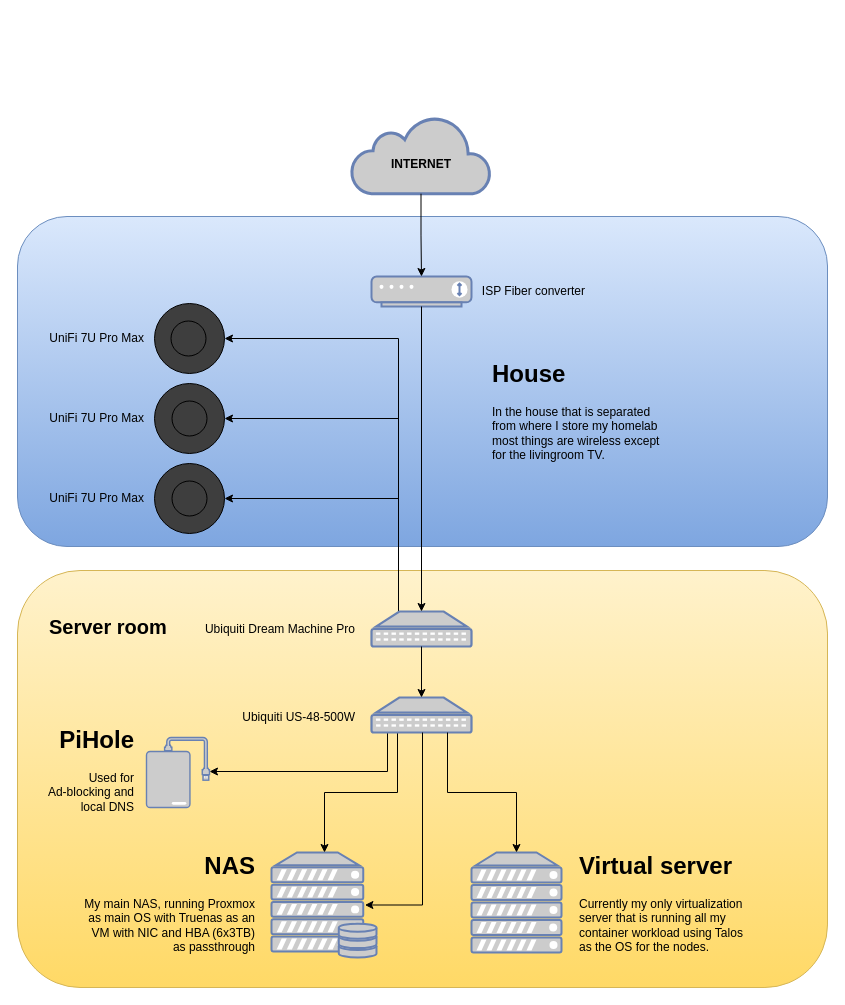
Before: assets/network-2025.drawio in wollbro/homelab, a draw.io diagram. Source tidied: cells renumbered, new cells numbered last; positions are measured from the earlier drawing's top-left corner, leaving out a move shared by most shapes. Both pictures are drawn from the tidied source at 100%, with x=0, y=0 at pixel (17, 116).
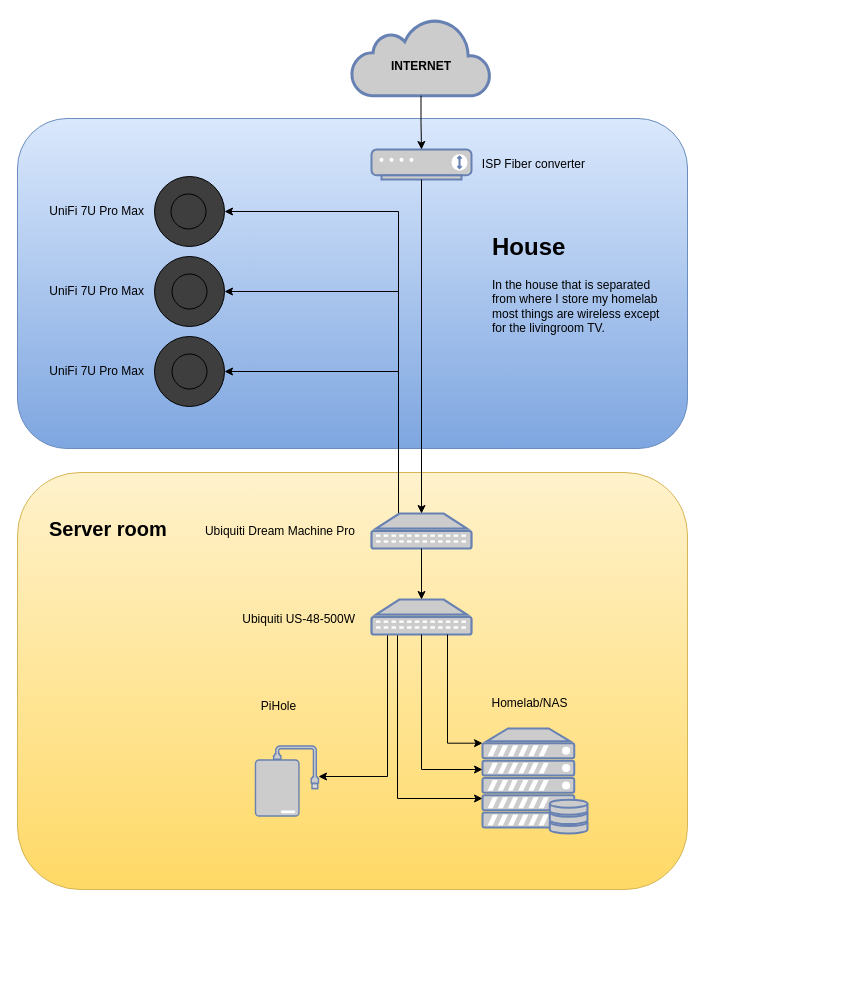
The same diagram, later.

Diff of the diagram source:
```diff
@@
     <mxCell id="2" style="rounded=1;whiteSpace=wrap;html=1;fillColor=#dae8fc;gradientColor=#7ea6e0;strokeColor=#6c8ebf;" parent="1" vertex="1">
-      <mxGeometry y="100" width="810" height="330" as="geometry" />
+      <mxGeometry y="2" width="670" height="330" as="geometry" />
     </mxCell>
     <mxCell id="3" style="rounded=1;whiteSpace=wrap;html=1;fillColor=#fff2cc;gradientColor=#ffd966;strokeColor=#d6b656;" parent="1" vertex="1">
-      <mxGeometry y="454" width="810" height="417" as="geometry" />
+      <mxGeometry y="356" width="670" height="417" as="geometry" />
     </mxCell>
-    <mxCell id="4" style="fontColor=#0066CC;verticalAlign=top;verticalLabelPosition=bottom;labelPosition=center;align=center;html=1;outlineConnect=0;fillColor=#CCCCCC;strokeColor=#6881B3;gradientColor=none;gradientDirection=north;strokeWidth=2;shape=mxgraph.networks.server;" parent="1" vertex="1">
-      <mxGeometry x="454" y="736" width="90" height="100" as="geometry" />
-    </mxCell>
     <mxCell id="5" style="fontColor=#0066CC;verticalAlign=top;verticalLabelPosition=bottom;labelPosition=center;align=center;html=1;outlineConnect=0;fillColor=#CCCCCC;strokeColor=#6881B3;gradientColor=none;gradientDirection=north;strokeWidth=2;shape=mxgraph.networks.server_storage;" parent="1" vertex="1">
-      <mxGeometry x="254" y="736" width="105" height="105" as="geometry" />
+      <mxGeometry x="465" y="612" width="105" height="105" as="geometry" />
     </mxCell>
     <mxCell id="6" style="edgeStyle=orthogonalEdgeStyle;rounded=0;jettySize=auto;html=1;exitX=0.5;exitY=1;exitDx=0;exitDy=0;exitPerimeter=0;" parent="1" edge="1" source="8" target="5">
       <mxGeometry relative="1" as="geometry">
         <Array as="points">
-          <mxPoint x="380" y="616" />
-          <mxPoint x="380" y="676" />
-          <mxPoint x="307" y="676" />
+          <mxPoint x="380" y="518" />
+          <mxPoint x="380" y="682" />
         </Array>
       </mxGeometry>
     </mxCell>
     <mxCell id="7" style="edgeStyle=orthogonalEdgeStyle;rounded=0;jettySize=auto;html=1;exitX=0.02;exitY=0.98;exitDx=0;exitDy=0;exitPerimeter=0;" parent="1" edge="1" source="8" target="20">
       <mxGeometry relative="1" as="geometry">
         <Array as="points">
-          <mxPoint x="370" y="615" />
-          <mxPoint x="370" y="655" />
+          <mxPoint x="370" y="517" />
+          <mxPoint x="370" y="660" />
         </Array>
       </mxGeometry>
     </mxCell>
     <mxCell id="8" style="fontColor=#0066CC;verticalAlign=top;verticalLabelPosition=bottom;labelPosition=center;align=center;html=1;outlineConnect=0;fillColor=#CCCCCC;strokeColor=#6881B3;gradientColor=none;gradientDirection=north;strokeWidth=2;shape=mxgraph.networks.patch_panel;" parent="1" vertex="1">
-      <mxGeometry x="354" y="581" width="100" height="35" as="geometry" />
+      <mxGeometry x="354" y="483" width="100" height="35" as="geometry" />
     </mxCell>
-    <mxCell id="9" style="edgeStyle=orthogonalEdgeStyle;rounded=0;jettySize=auto;html=1;entryX=0.5;entryY=0;entryDx=0;entryDy=0;entryPerimeter=0;" parent="1" edge="1" source="8" target="4">
-      <mxGeometry relative="1" as="geometry">
-        <Array as="points">
-          <mxPoint x="430" y="676" />
-          <mxPoint x="499" y="676" />
-        </Array>
-      </mxGeometry>
-    </mxCell>
     <mxCell id="10" value="Ubiquiti US-48-500W" style="text;html=1;align=right;verticalAlign=middle;whiteSpace=wrap;rounded=0;" parent="1" vertex="1">
-      <mxGeometry x="220" y="586" width="120" height="30" as="geometry" />
+      <mxGeometry x="220" y="488" width="120" height="30" as="geometry" />
     </mxCell>
-    <mxCell id="11" value="&lt;h1 style=&quot;margin-top: 0px;&quot;&gt;NAS&lt;/h1&gt;&lt;p&gt;My main NAS, running Proxmox as main OS with Truenas as an VM with NIC and HBA (6x3TB) as passthrough&lt;/p&gt;" style="text;html=1;whiteSpace=wrap;overflow=hidden;rounded=0;align=right;" parent="1" vertex="1">
-      <mxGeometry x="60" y="728.5" width="180" height="120" as="geometry" />
+    <mxCell id="11" value="&lt;h1 style=&quot;margin-top: 0px;&quot;&gt;&lt;font style=&quot;font-size: 12px; font-weight: normal; line-height: 100%;&quot;&gt;Homelab/NAS&lt;/font&gt;&lt;/h1&gt;" style="text;html=1;whiteSpace=wrap;overflow=hidden;rounded=0;align=center;" parent="1" vertex="1">
+      <mxGeometry x="465" y="562" width="95" height="40" as="geometry" />
     </mxCell>
-    <mxCell id="12" value="&lt;h1 style=&quot;margin-top: 0px;&quot;&gt;Virtual server&lt;/h1&gt;&lt;p&gt;Currently my only virtualization server that is running all my container workload using Talos as the OS for the nodes.&lt;/p&gt;" style="text;html=1;whiteSpace=wrap;overflow=hidden;rounded=0;align=left;" parent="1" vertex="1">
-      <mxGeometry x="560" y="728.5" width="180" height="120" as="geometry" />
-    </mxCell>
     <mxCell id="13" style="fontColor=#0066CC;verticalAlign=top;verticalLabelPosition=bottom;labelPosition=center;align=center;html=1;outlineConnect=0;fillColor=#CCCCCC;strokeColor=#6881B3;gradientColor=none;gradientDirection=north;strokeWidth=2;shape=mxgraph.networks.modem;" parent="1" vertex="1">
-      <mxGeometry x="354" y="160" width="100" height="30" as="geometry" />
+      <mxGeometry x="354" y="33" width="100" height="30" as="geometry" />
     </mxCell>
     <mxCell id="14" style="group;" parent="1" vertex="1">
-      <mxGeometry x="334" width="139" height="77.2" as="geometry" />
+      <mxGeometry x="334" y="-98" width="139" height="77.2" as="geometry" />
     </mxCell>
@@
     <mxCell id="18" value="ISP Fiber converter" style="text;html=1;align=right;verticalAlign=middle;whiteSpace=wrap;rounded=0;" parent="1" vertex="1">
-      <mxGeometry x="460" y="160" width="110" height="30" as="geometry" />
+      <mxGeometry x="460" y="33" width="110" height="30" as="geometry" />
     </mxCell>
     <mxCell id="19" value="Server room" style="text;html=1;align=left;verticalAlign=middle;whiteSpace=wrap;rounded=0;fontStyle=1;fontSize=20;" parent="1" vertex="1">
-      <mxGeometry x="30" y="495" width="130" height="30" as="geometry" />
+      <mxGeometry x="30" y="397" width="130" height="30" as="geometry" />
     </mxCell>
     <mxCell id="20" style="fontColor=#0066CC;verticalAlign=top;verticalLabelPosition=bottom;labelPosition=center;align=center;html=1;outlineConnect=0;fillColor=#CCCCCC;strokeColor=#6881B3;gradientColor=none;gradientDirection=north;strokeWidth=2;shape=mxgraph.networks.external_storage;" parent="1" vertex="1">
-      <mxGeometry x="129" y="621" width="63" height="70" as="geometry" />
+      <mxGeometry x="238" y="629.5" width="63" height="70" as="geometry" />
     </mxCell>
-    <mxCell id="21" value="&lt;h1 style=&quot;margin-top: 0px;&quot;&gt;PiHole&lt;/h1&gt;&lt;div&gt;Used for&lt;/div&gt;&lt;div&gt;Ad-blocking and local DNS&lt;/div&gt;" style="text;html=1;whiteSpace=wrap;overflow=hidden;rounded=0;align=right;" parent="1" vertex="1">
-      <mxGeometry x="20" y="603" width="99" height="120" as="geometry" />
+    <mxCell id="21" value="&lt;h1 style=&quot;margin-top: 0px;&quot;&gt;&lt;font style=&quot;font-size: 12px; font-weight: normal; line-height: 100%;&quot;&gt;PiHole&lt;/font&gt;&lt;/h1&gt;" style="text;html=1;whiteSpace=wrap;overflow=hidden;rounded=0;align=center;" parent="1" vertex="1">
+      <mxGeometry x="222" y="564.5" width="79" height="35" as="geometry" />
     </mxCell>
     <mxCell id="22" value="&lt;h1 style=&quot;margin-top: 0px;&quot;&gt;House&lt;/h1&gt;&lt;p&gt;In the house that is separated from where I store my homelab most things are wireless except for the livingroom TV.&lt;/p&gt;" style="text;html=1;whiteSpace=wrap;overflow=hidden;rounded=0;" parent="1" vertex="1">
-      <mxGeometry x="473" y="237" width="180" height="120" as="geometry" />
+      <mxGeometry x="473" y="110" width="180" height="120" as="geometry" />
     </mxCell>
@@
     <mxCell id="26" style="fontColor=#0066CC;verticalAlign=top;verticalLabelPosition=bottom;labelPosition=center;align=center;html=1;outlineConnect=0;fillColor=#CCCCCC;strokeColor=#6881B3;gradientColor=none;gradientDirection=north;strokeWidth=2;shape=mxgraph.networks.patch_panel;" parent="1" vertex="1">
-      <mxGeometry x="354" y="495" width="100" height="35" as="geometry" />
+      <mxGeometry x="354" y="397" width="100" height="35" as="geometry" />
     </mxCell>
     <mxCell id="27" value="Ubiquiti Dream Machine Pro" style="text;html=1;align=right;verticalAlign=middle;whiteSpace=wrap;rounded=0;" parent="1" vertex="1">
-      <mxGeometry x="170" y="497.5" width="170" height="30" as="geometry" />
+      <mxGeometry x="170" y="399.5" width="170" height="30" as="geometry" />
     </mxCell>
@@
     <mxCell id="30" style="group;" parent="1" vertex="1">
-      <mxGeometry x="137" y="267" width="70" height="70" as="geometry" />
+      <mxGeometry x="137" y="140" width="70" height="70" as="geometry" />
     </mxCell>
@@
     <mxCell id="33" value="UniFi 7U Pro Max" style="text;html=1;align=right;verticalAlign=middle;whiteSpace=wrap;rounded=0;" parent="1" vertex="1">
-      <mxGeometry x="30" y="287" width="99" height="30" as="geometry" />
+      <mxGeometry x="30" y="160" width="99" height="30" as="geometry" />
     </mxCell>
     <mxCell id="34" style="group;" parent="1" vertex="1">
-      <mxGeometry x="137" y="187" width="70" height="70" as="geometry" />
+      <mxGeometry x="137" y="60" width="70" height="70" as="geometry" />
     </mxCell>
@@
     <mxCell id="37" value="UniFi 7U Pro Max" style="text;html=1;align=right;verticalAlign=middle;whiteSpace=wrap;rounded=0;" parent="1" vertex="1">
-      <mxGeometry x="30" y="207" width="99" height="30" as="geometry" />
+      <mxGeometry x="30" y="80" width="99" height="30" as="geometry" />
     </mxCell>
-    <mxCell id="38" style="edgeStyle=orthogonalEdgeStyle;rounded=0;orthogonalLoop=1;jettySize=auto;html=1;exitX=0.5;exitY=1;exitDx=0;exitDy=0;exitPerimeter=0;entryX=0.88;entryY=0.5;entryDx=0;entryDy=0;entryPerimeter=0;" parent="1" edge="1">
+    <mxCell id="38" style="edgeStyle=orthogonalEdgeStyle;rounded=0;jettySize=auto;html=1;entryX=0;entryY=0.14;entryDx=0;entryDy=0;entryPerimeter=0;" parent="1" edge="1" source="8" target="5">
       <mxGeometry relative="1" as="geometry">
-        <mxPoint x="405" y="616" as="sourcePoint" />
-        <mxPoint x="347.4" y="788.5" as="targetPoint" />
         <Array as="points">
-          <mxPoint x="405" y="789" />
+          <mxPoint x="430" y="627" />
         </Array>
       </mxGeometry>
     </mxCell>
     <mxCell id="39" style="group;" parent="1" vertex="1">
-      <mxGeometry x="137" y="347" width="70" height="70" as="geometry" />
+      <mxGeometry x="137" y="220" width="70" height="70" as="geometry" />
     </mxCell>
@@
     <mxCell id="42" value="UniFi 7U Pro Max" style="text;html=1;align=right;verticalAlign=middle;whiteSpace=wrap;rounded=0;" parent="1" vertex="1">
-      <mxGeometry x="30" y="367" width="99" height="30" as="geometry" />
+      <mxGeometry x="30" y="240" width="99" height="30" as="geometry" />
     </mxCell>
+    <mxCell id="43" style="edgeStyle=orthogonalEdgeStyle;rounded=0;jettySize=auto;html=1;" parent="1" edge="1" source="8" target="5">
+      <mxGeometry relative="1" as="geometry">
+        <Array as="points">
+          <mxPoint x="404" y="653" />
+        </Array>
+      </mxGeometry>
+    </mxCell>
```
